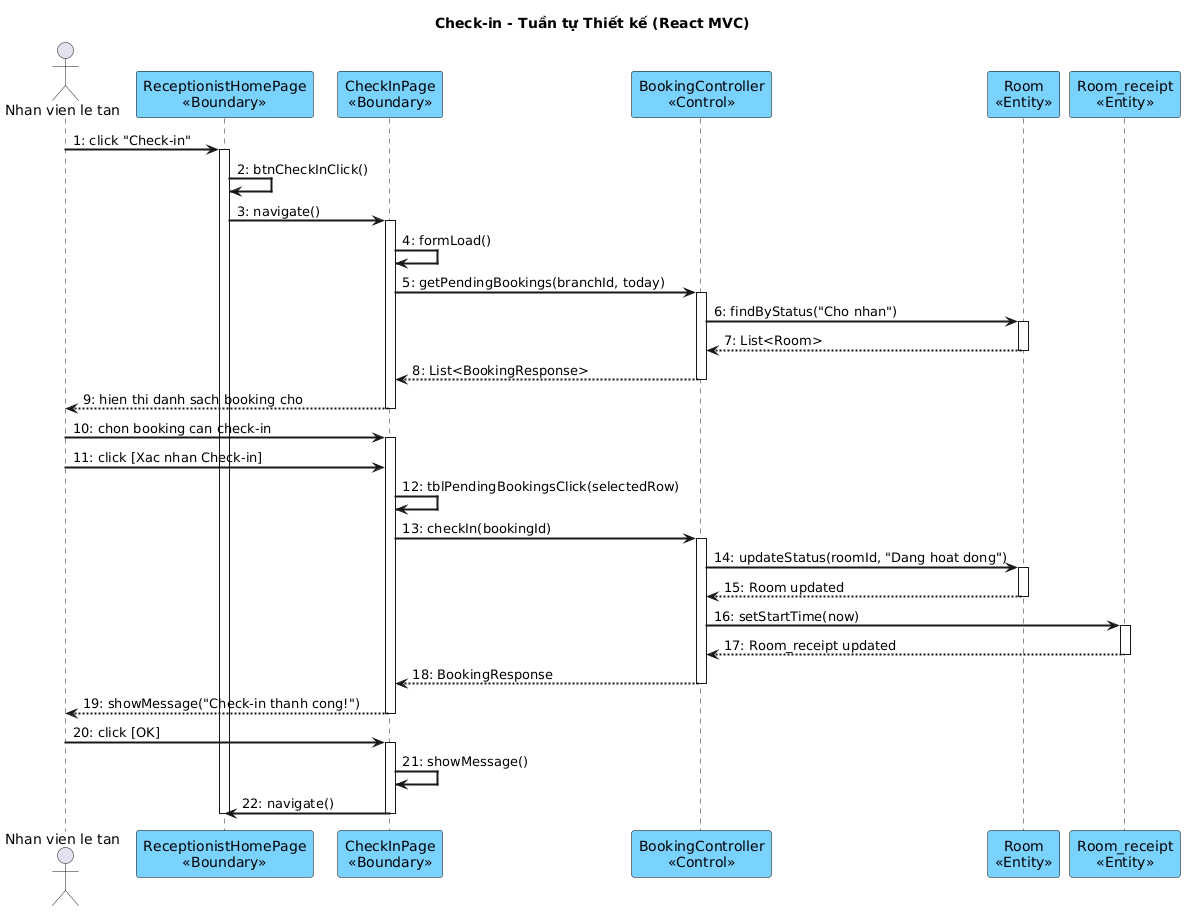
Above: output/diagrams/booking_seq_2.png in thanhtrnnn/cnpm (PlantUML), before the change.
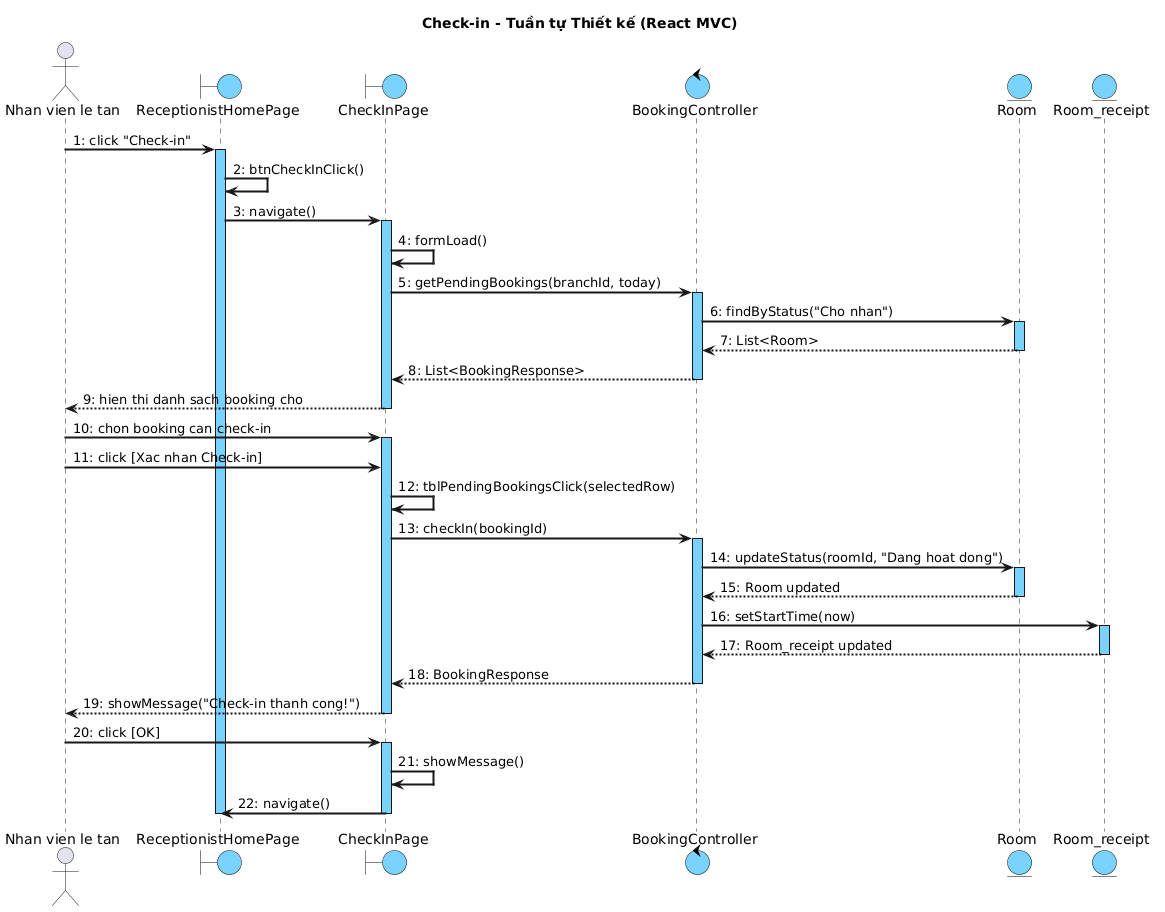
Above is the later version.

Commit message:
fix: sequence diagrams - blue activation bars + boundary/entity circle symbols

Change to the diagram source:
```diff
@@ -2,6 +2,7 @@
 skinparam shadowing false
 skinparam SequenceMessageAlign left
 skinparam SequenceArrowThickness 2
+skinparam SequenceLifeLineBackgroundColor #7AD2FF
 skinparam ParticipantBackgroundColor #7AD2FF
 skinparam ParticipantBorderColor black
 skinparam BoundaryBackgroundColor #7AD2FF
@@ -14,11 +15,11 @@
 title Check-in - Tuần tự Thiết kế (React MVC)
 
 actor "Nhan vien le tan" as NV
-participant "ReceptionistHomePage\n<<Boundary>>" as Home
-participant "CheckInPage\n<<Boundary>>" as CIP
-participant "BookingController\n<<Control>>" as Ctrl
-participant "Room\n<<Entity>>" as Room
-participant "Room_receipt\n<<Entity>>" as RR
+boundary "ReceptionistHomePage" as Home
+boundary "CheckInPage" as CIP
+control "BookingController" as Ctrl
+entity "Room" as Room
+entity "Room_receipt" as RR
 
 NV -> Home : 1: click "Check-in"
 activate Home
```
